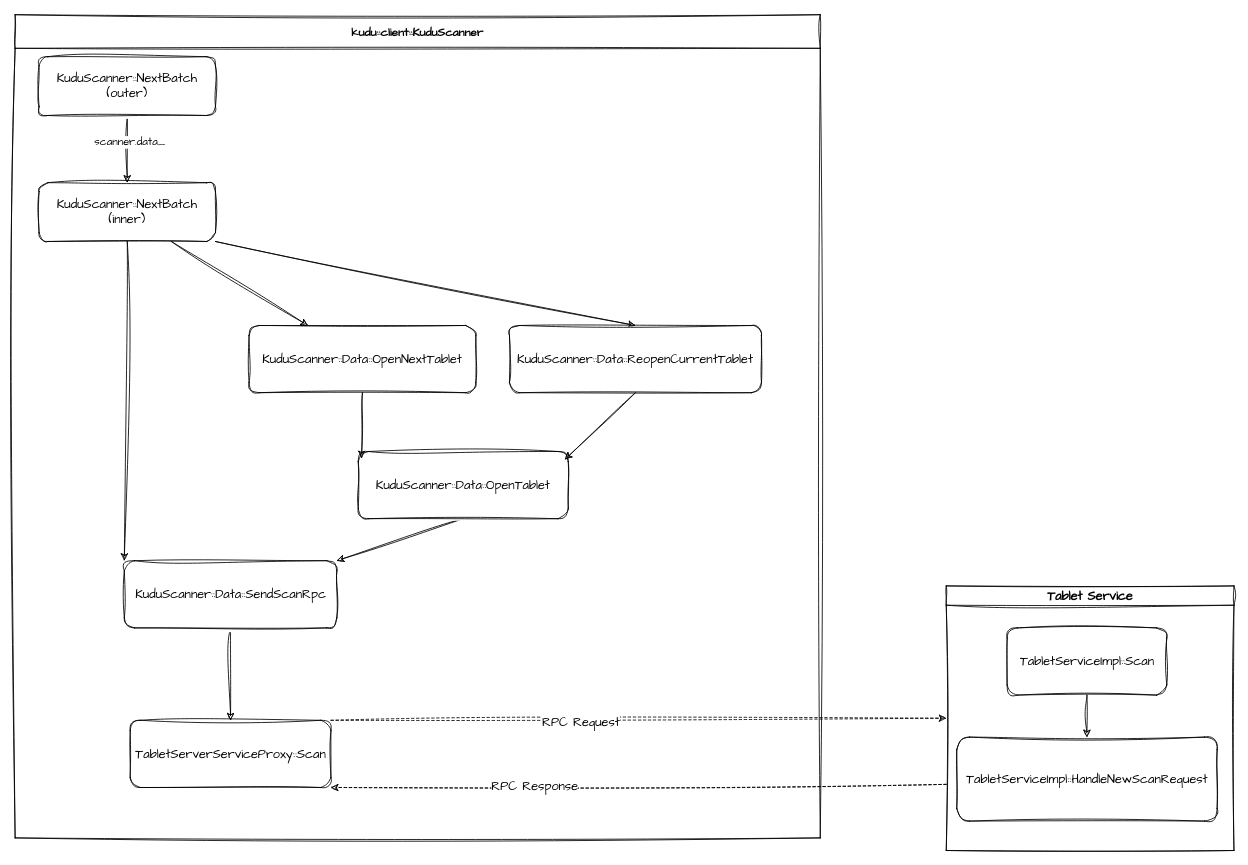
Before: kudu scan 的参数传递.drawio in eeyyee/flowchart, a draw.io diagram. Source tidied: cells renumbered, new cells numbered last; positions are measured from the earlier drawing's top-left corner, leaving out a move shared by most shapes. Both pictures are drawn from the tidied source at 84%, with x=0, y=0 at pixel (15, 14).
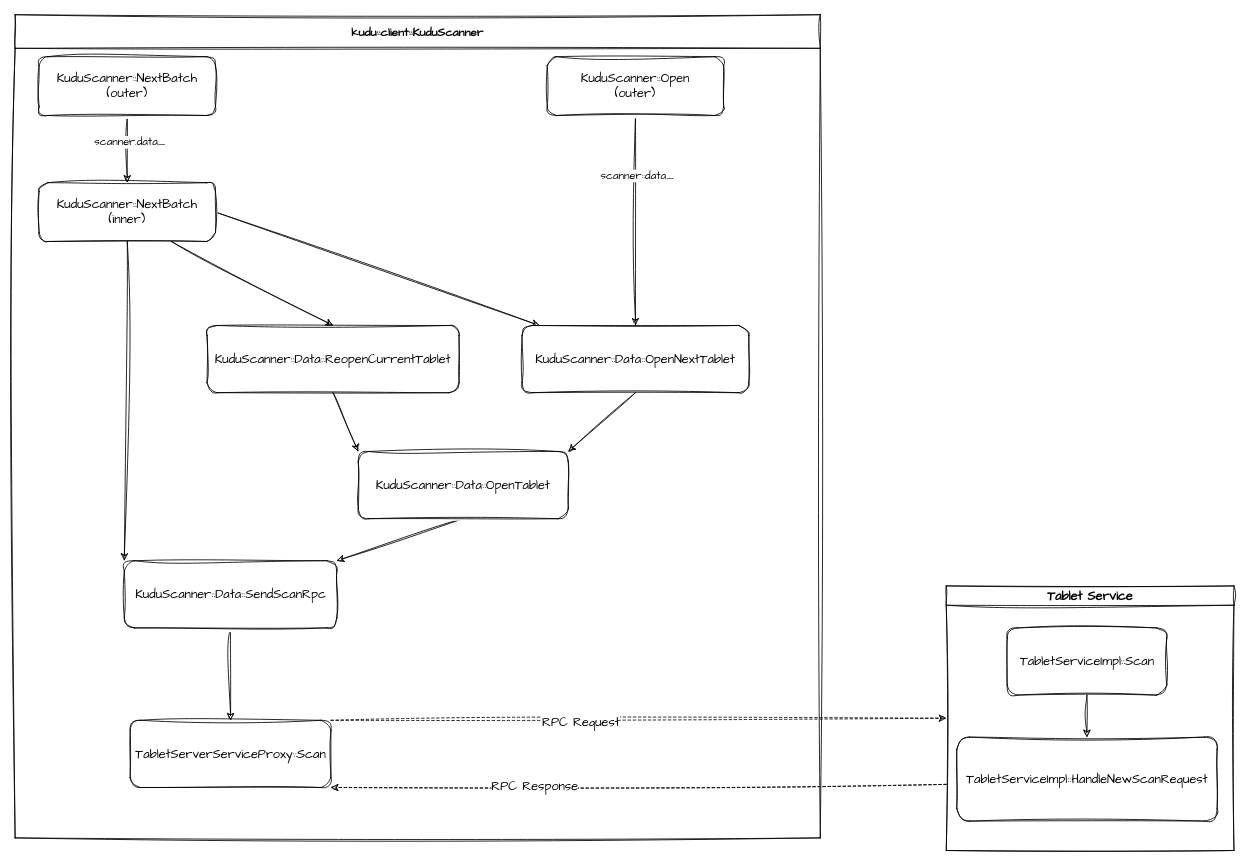
The same diagram, later.

Commit message:
更新kudu scan 的参数传递.drawio

The change refers to these unchanged cells:
```xml
<mxCell id="13" value="KuduScanner::NextBatch (inner)" style="rounded=1;whiteSpace=wrap;html=1;sketch=1;hachureGap=4;jiggle=2;curveFitting=1;fontFamily=Comic Sans MS;fontSize=15;" parent="1" vertex="1">
  <mxGeometry x="28" y="200" width="210" height="70" as="geometry" />
</mxCell>
<mxCell id="15" value="KuduScanner::Data::OpenTablet" style="rounded=1;whiteSpace=wrap;html=1;sketch=1;hachureGap=4;jiggle=2;curveFitting=1;fontFamily=Comic Sans MS;fontSize=15;" parent="1" vertex="1">
  <mxGeometry x="408" y="520" width="250" height="80" as="geometry" />
</mxCell>
<mxCell id="26" value="kudu::client::KuduScanner" style="swimlane;sketch=1;hachureGap=4;jiggle=2;curveFitting=1;fontFamily=Comic Sans MS;fontSize=14;startSize=40;" parent="1" vertex="1">
  <mxGeometry x="-0.5" width="958.5" height="980" as="geometry" />
</mxCell>
```

What changed in the source:
```diff
@@
-    <mxCell id="11" style="edgeStyle=none;rounded=0;sketch=1;hachureGap=4;jiggle=2;curveFitting=1;jettySize=auto;html=1;exitX=0.75;exitY=1;exitDx=0;exitDy=0;fontFamily=Comic Sans MS;fontSize=15;" parent="1" edge="1" source="13" target="17">
+    <mxCell id="11" style="edgeStyle=none;rounded=0;sketch=1;hachureGap=4;jiggle=2;curveFitting=1;jettySize=auto;html=1;fontFamily=Comic Sans MS;fontSize=15;exitX=1;exitY=0.5;exitDx=0;exitDy=0;" parent="1" edge="1" source="13" target="17">
       <mxGeometry relative="1" as="geometry" />
     </mxCell>
-    <mxCell id="12" style="edgeStyle=none;rounded=0;sketch=1;hachureGap=4;jiggle=2;curveFitting=1;jettySize=auto;html=1;exitX=1;exitY=1;exitDx=0;exitDy=0;entryX=0.5;entryY=0;entryDx=0;entryDy=0;fontFamily=Comic Sans MS;fontSize=15;" parent="1" edge="1" source="13" target="16">
+    <mxCell id="12" style="edgeStyle=none;rounded=0;sketch=1;hachureGap=4;jiggle=2;curveFitting=1;jettySize=auto;html=1;exitX=0.75;exitY=1;exitDx=0;exitDy=0;entryX=0.5;entryY=0;entryDx=0;entryDy=0;fontFamily=Comic Sans MS;fontSize=15;" parent="1" edge="1" source="13" target="16">
       <mxGeometry relative="1" as="geometry" />
     </mxCell>
@@
-    <mxCell id="16" value="KuduScanner::Data::ReopenCurrentTablet" style="rounded=1;whiteSpace=wrap;html=1;sketch=1;hachureGap=4;jiggle=2;curveFitting=1;fontFamily=Comic Sans MS;fontSize=15;" parent="1" vertex="1">
-      <mxGeometry x="588" y="370" width="300" height="80" as="geometry" />
-    </mxCell>
-    <mxCell id="17" value="KuduScanner::Data::OpenNextTablet" style="rounded=1;whiteSpace=wrap;html=1;sketch=1;hachureGap=4;jiggle=2;curveFitting=1;fontFamily=Comic Sans MS;fontSize=15;" parent="1" vertex="1">
-      <mxGeometry x="278" y="370" width="270" height="80" as="geometry" />
-    </mxCell>
-    <mxCell id="18" style="rounded=0;sketch=1;hachureGap=4;jiggle=2;curveFitting=1;jettySize=auto;html=1;entryX=0.984;entryY=0.119;entryDx=0;entryDy=0;entryPerimeter=0;fontFamily=Comic Sans MS;exitX=0.5;exitY=1;exitDx=0;exitDy=0;fontSize=15;" parent="1" edge="1" source="16" target="15">
+    <mxCell id="18" style="rounded=0;sketch=1;hachureGap=4;jiggle=2;curveFitting=1;jettySize=auto;html=1;entryX=0;entryY=0;entryDx=0;entryDy=0;fontFamily=Comic Sans MS;exitX=0.5;exitY=1;exitDx=0;exitDy=0;fontSize=15;" parent="1" edge="1" source="16" target="15">
       <mxGeometry relative="1" as="geometry" />
     </mxCell>
-    <mxCell id="19" style="rounded=0;sketch=1;hachureGap=4;jiggle=2;curveFitting=1;jettySize=auto;html=1;entryX=0.016;entryY=0.1;entryDx=0;entryDy=0;entryPerimeter=0;fontFamily=Comic Sans MS;exitX=0.5;exitY=1;exitDx=0;exitDy=0;fontSize=15;" parent="1" edge="1" source="17" target="15">
+    <mxCell id="19" style="rounded=0;sketch=1;hachureGap=4;jiggle=2;curveFitting=1;jettySize=auto;html=1;fontFamily=Comic Sans MS;exitX=0.5;exitY=1;exitDx=0;exitDy=0;fontSize=15;entryX=1;entryY=0;entryDx=0;entryDy=0;" parent="1" edge="1" source="17" target="15">
       <mxGeometry relative="1" as="geometry" />
     </mxCell>
@@
+    <mxCell id="27" style="edgeStyle=none;rounded=0;sketch=1;hachureGap=4;jiggle=2;curveFitting=1;jettySize=auto;html=1;exitX=0.5;exitY=1;exitDx=0;exitDy=0;fontFamily=Architects Daughter;" parent="26" edge="1" source="29" target="17">
+      <mxGeometry relative="1" as="geometry" />
+    </mxCell>
+    <mxCell id="28" value="&lt;font face=&quot;Comic Sans MS&quot; style=&quot;font-size: 13px;&quot;&gt;scanner::data_&lt;/font&gt;" style="edgeLabel;html=1;align=center;verticalAlign=middle;sketch=1;hachureGap=4;jiggle=2;curveFitting=1;fontFamily=Architects Daughter;" parent="27" vertex="1">
+      <mxGeometry x="-0.43" y="1" relative="1" as="geometry" />
+    </mxCell>
+    <mxCell id="29" value="KuduScanner::Open &lt;br&gt;(outer)" style="rounded=1;whiteSpace=wrap;html=1;sketch=1;hachureGap=4;jiggle=2;curveFitting=1;fontFamily=Comic Sans MS;fontSize=15;" parent="26" vertex="1">
+      <mxGeometry x="633.5" y="50" width="210" height="70" as="geometry" />
+    </mxCell>
+    <mxCell id="16" value="KuduScanner::Data::ReopenCurrentTablet" style="rounded=1;whiteSpace=wrap;html=1;sketch=1;hachureGap=4;jiggle=2;curveFitting=1;fontFamily=Comic Sans MS;fontSize=15;" parent="26" vertex="1">
+      <mxGeometry x="228.5" y="370" width="300" height="80" as="geometry" />
+    </mxCell>
+    <mxCell id="17" value="KuduScanner::Data::OpenNextTablet" style="rounded=1;whiteSpace=wrap;html=1;sketch=1;hachureGap=4;jiggle=2;curveFitting=1;fontFamily=Comic Sans MS;fontSize=15;" parent="26" vertex="1">
+      <mxGeometry x="603.5" y="370" width="270" height="80" as="geometry" />
+    </mxCell>
```
